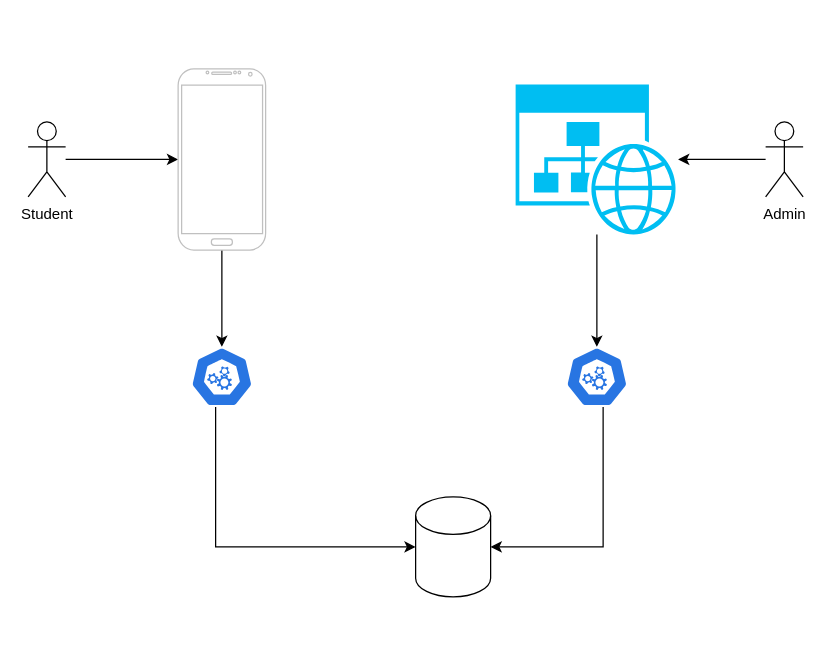
This is Diagramă fără titlu.drawio from raymanu404/complex_food_admin_fe, a draw.io file, before an edit. Source tidied: cells renumbered, new cells numbered last; positions are measured from the earlier drawing's top-left corner, leaving out a move shared by most shapes. Both pictures are drawn from the tidied source at 125%, with x=0, y=0 at pixel (28, 69).
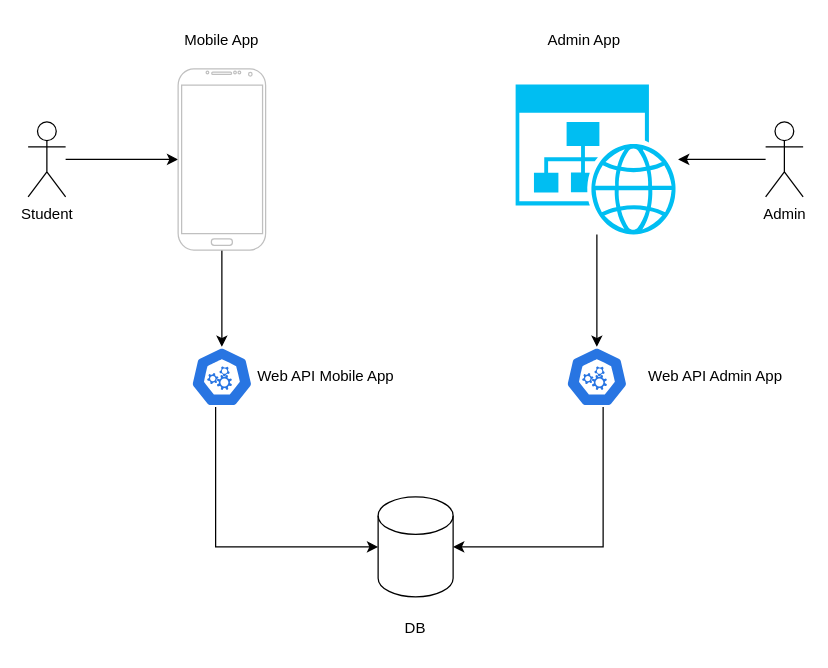
The same diagram, later.

Commit message (it also covers changes not shown here):
complex_food_arhitecture

What changed in the source:
```diff
@@
     <mxCell id="2" style="shape=cylinder3;whiteSpace=wrap;html=1;boundedLbl=1;backgroundOutline=1;size=15;" parent="1" vertex="1">
-      <mxGeometry x="310" y="342" width="60" height="80" as="geometry" />
+      <mxGeometry x="280" y="342" width="60" height="80" as="geometry" />
     </mxCell>
@@
+    <mxCell id="15" value="Mobile App" style="text;html=1;align=center;verticalAlign=middle;whiteSpace=wrap;rounded=0;" parent="1" vertex="1">
+      <mxGeometry x="110" y="-38" width="90" height="30" as="geometry" />
+    </mxCell>
+    <mxCell id="16" value="Admin App" style="text;html=1;align=center;verticalAlign=middle;whiteSpace=wrap;rounded=0;" parent="1" vertex="1">
+      <mxGeometry x="400" y="-38" width="90" height="30" as="geometry" />
+    </mxCell>
+    <mxCell id="17" value="Web API Mobile App&amp;nbsp;" style="text;html=1;align=center;verticalAlign=middle;whiteSpace=wrap;rounded=0;" parent="1" vertex="1">
+      <mxGeometry x="170" y="231" width="140" height="30" as="geometry" />
+    </mxCell>
+    <mxCell id="18" value="Web API Admin App" style="text;html=1;align=center;verticalAlign=middle;whiteSpace=wrap;rounded=0;" parent="1" vertex="1">
+      <mxGeometry x="480" y="231" width="140" height="30" as="geometry" />
+    </mxCell>
+    <mxCell id="19" value="DB" style="text;html=1;align=center;verticalAlign=middle;whiteSpace=wrap;rounded=0;" parent="1" vertex="1">
+      <mxGeometry x="240" y="432" width="140" height="30" as="geometry" />
+    </mxCell>
```
